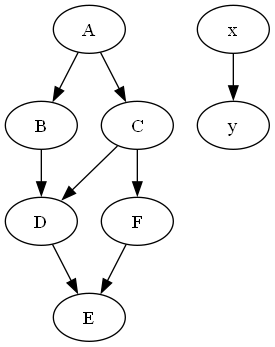
Earlier version of the Graphviz export output.png (BrazilDre/Graph-Search-Algorithm-Suite-). Its source is kept beside it as output.dot.
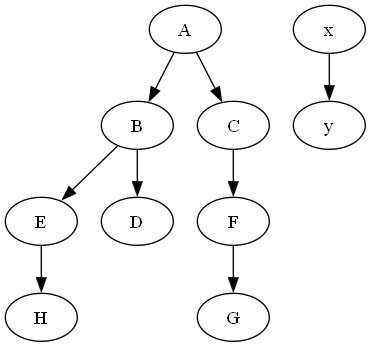
Later version of the same file.

Commit message:
Fixed just output format for each algorithm

Diff of the diagram source:
```diff
@@ -2,17 +2,19 @@
   A;
   B;
   C;
+  E;
   D;
-  E;
   F;
+  G;
+  H;
   x;
   y;
   A -> B;
   A -> C;
+  B -> E;
   B -> D;
-  C -> D;
-  D -> E;
   C -> F;
-  F -> E;
+  F -> G;
+  E -> H;
   x -> y;
 }
```
